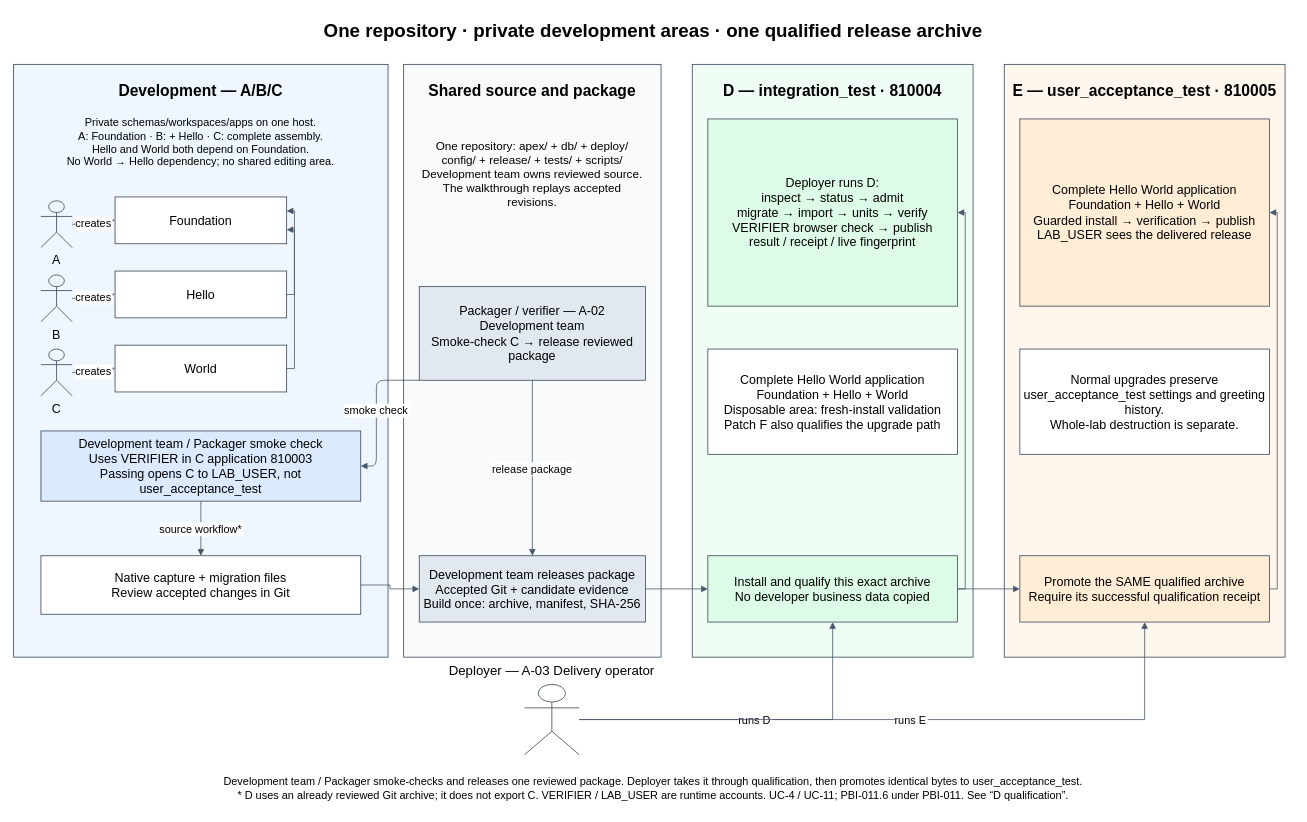
The draw.io diagram page "lifecycle" (1 of 3) of progress/E.1/model.drawio in rstyczynski/APEX_CICD, before the edit. Source tidied: cells renumbered, new cells numbered last; positions are measured from the earlier drawing's top-left corner, leaving out a move shared by most shapes. Both pictures are drawn from the tidied source at 78%, with x=0, y=0 at pixel (13, 13).
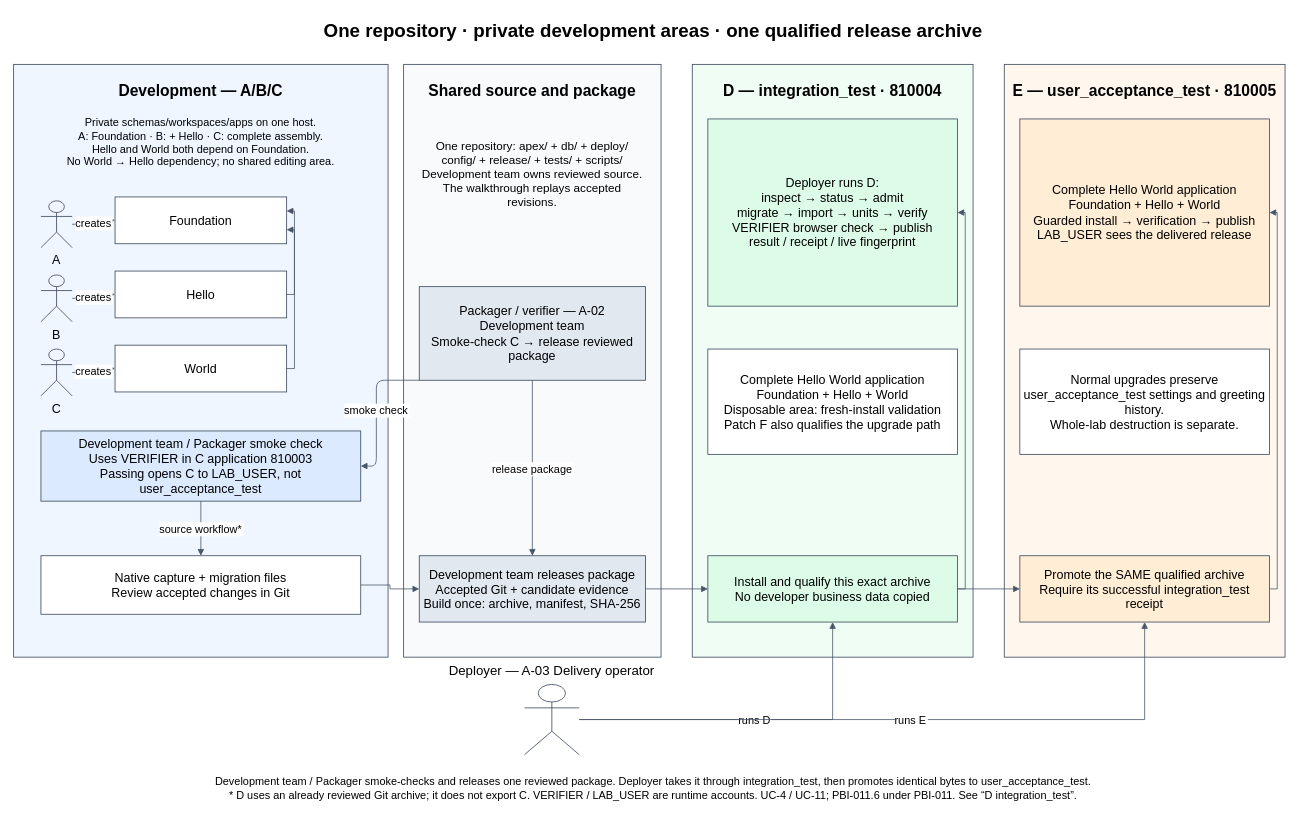
The same page after the edit.

The edit, as a diff of the source:
```diff
@@
-    <mxCell id="32" value="Promote the SAME qualified archive&#10;Require its successful qualification receipt" style="rounded=0;whiteSpace=wrap;html=0;fontFamily=Helvetica;fontSize=16;strokeColor=#334155;fillColor=#ffffff;fillColor=#ffedd5;" parent="1" vertex="1">
+    <mxCell id="32" value="Promote the SAME qualified archive&#10;Require its successful integration_test receipt" style="rounded=0;whiteSpace=wrap;html=0;fontFamily=Helvetica;fontSize=16;strokeColor=#334155;fillColor=#ffffff;fillColor=#ffedd5;" parent="1" vertex="1">
       <mxGeometry x="1290" y="695" width="320" height="85" as="geometry" />
     </mxCell>
@@
-    <mxCell id="38" value="Development team / Packager smoke-checks and releases one reviewed package. Deployer takes it through qualification, then promotes identical bytes to user_acceptance_test.&#10;* D uses an already reviewed Git archive; it does not export C. VERIFIER / LAB_USER are runtime accounts. UC-4 / UC-11; PBI-011.6 under PBI-011. See “D qualification”." style="rounded=0;whiteSpace=wrap;html=0;fontFamily=Helvetica;fontSize=16;strokeColor=#334155;fillColor=#ffffff;strokeColor=none;fontSize=14;" parent="1" vertex="1">
+    <mxCell id="38" value="Development team / Packager smoke-checks and releases one reviewed package. Deployer takes it through integration_test, then promotes identical bytes to user_acceptance_test.&#10;* D uses an already reviewed Git archive; it does not export C. VERIFIER / LAB_USER are runtime accounts. UC-4 / UC-11; PBI-011.6 under PBI-011. See “D integration_test”." style="rounded=0;whiteSpace=wrap;html=0;fontFamily=Helvetica;fontSize=16;strokeColor=#334155;fillColor=#ffffff;strokeColor=none;fontSize=14;" parent="1" vertex="1">
       <mxGeometry y="965" width="1640" height="55" as="geometry" />
     </mxCell>
```
